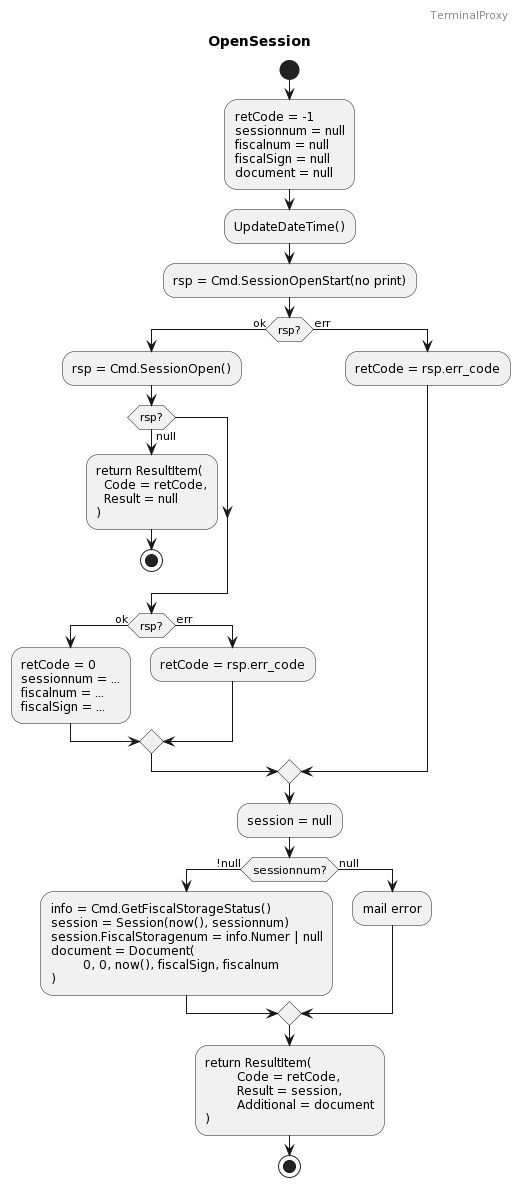
tieugene/kitpos keeps this PlantUML diagram as doc/tp.so.png. Above is the earlier version. Its diagram source:
```plantuml
@startuml
header TerminalProxy

title OpenSession

start
:retCode = -1
sessionnum = null
fiscalnum = null
fiscalSign = null
document = null;

:UpdateDateTime();
:rsp = Cmd.SessionOpenStart(no print);
if (rsp?) then (ok)
	:rsp = Cmd.SessionOpen();
	if (rsp?) then (null)
		:return ResultItem(
		  Code = retCode,
		  Result = null
		);
		stop
	endif;
	if (rsp?) then (ok)
			:retCode = 0
			sessionnum = ...
			fiscalnum = ...
			fiscalSign = ...;
	else (err)
		:retCode = rsp.err_code;
	endif
else (err)
	:retCode = rsp.err_code;
endif
:session = null;
if (sessionnum?) then (!null)
	:info = Cmd.GetFiscalStorageStatus()
	session = Session(now(), sessionnum)
	session.FiscalStoragenum = info.Numer | null
	document = Document(
		0, 0, now(), fiscalSign, fiscalnum
	);
else (null)
	:mail error;
endif
:return ResultItem(
	Code = retCode,
	Result = session,
	Additional = document
);
stop
@enduml
```
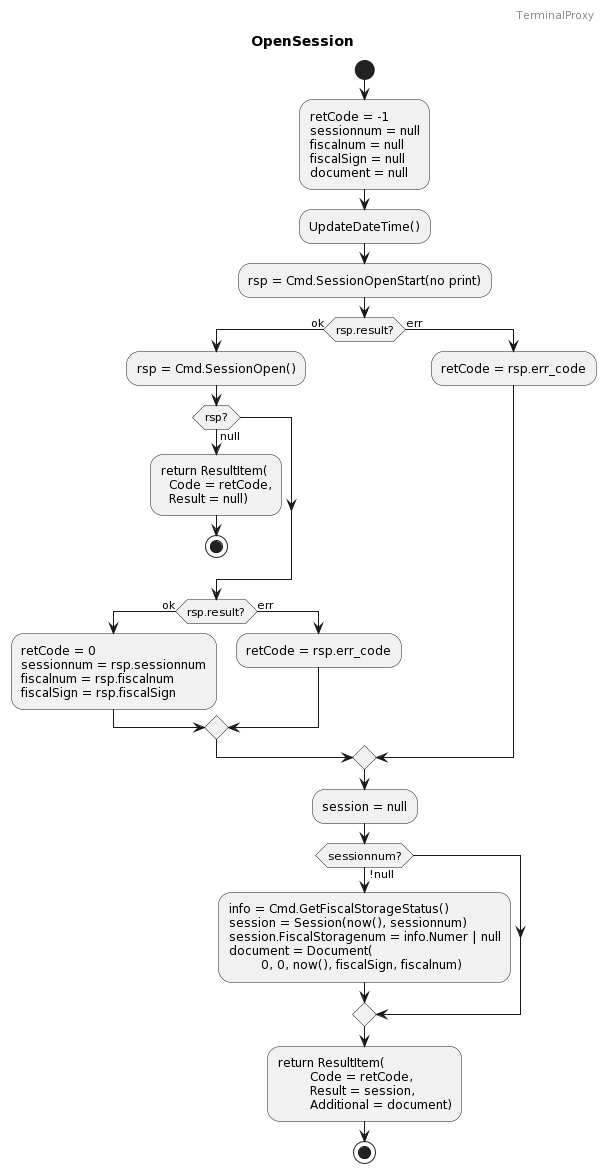
After the commit.

Diff of the diagram source:
```diff
@@ -12,20 +12,19 @@
 
 :UpdateDateTime();
 :rsp = Cmd.SessionOpenStart(no print);
-if (rsp?) then (ok)
+if (rsp.result?) then (ok)
 	:rsp = Cmd.SessionOpen();
 	if (rsp?) then (null)
 		:return ResultItem(
 		  Code = retCode,
-		  Result = null
-		);
+		  Result = null);
 		stop
 	endif;
-	if (rsp?) then (ok)
+	if (rsp.result?) then (ok)
 			:retCode = 0
-			sessionnum = ...
-			fiscalnum = ...
-			fiscalSign = ...;
+			sessionnum = rsp.sessionnum
+			fiscalnum = rsp.fiscalnum
+			fiscalSign = rsp.fiscalSign;
 	else (err)
 		:retCode = rsp.err_code;
 	endif
@@ -38,15 +37,11 @@
 	session = Session(now(), sessionnum)
 	session.FiscalStoragenum = info.Numer | null
 	document = Document(
-		0, 0, now(), fiscalSign, fiscalnum
-	);
-else (null)
-	:mail error;
+		0, 0, now(), fiscalSign, fiscalnum);
 endif
 :return ResultItem(
 	Code = retCode,
 	Result = session,
-	Additional = document
-);
+	Additional = document);
 stop
 @enduml
```
